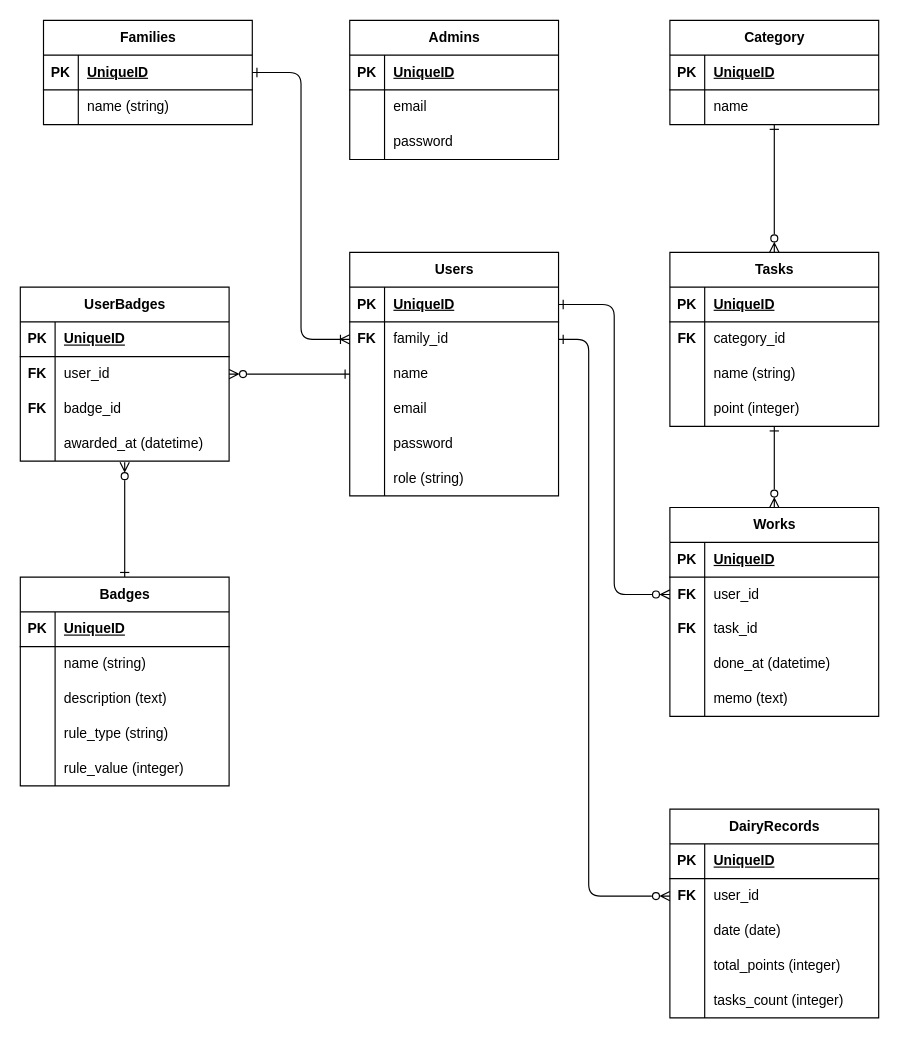
This is KazokuQuest.drawio from keeeeSB/KazokuQuest, a draw.io file, before an edit. Source tidied: cells renumbered, new cells numbered last; positions are measured from the earlier drawing's top-left corner, leaving out a move shared by most shapes. Both pictures are drawn from the tidied source at 116%, with x=0, y=0 at pixel (20, 20).
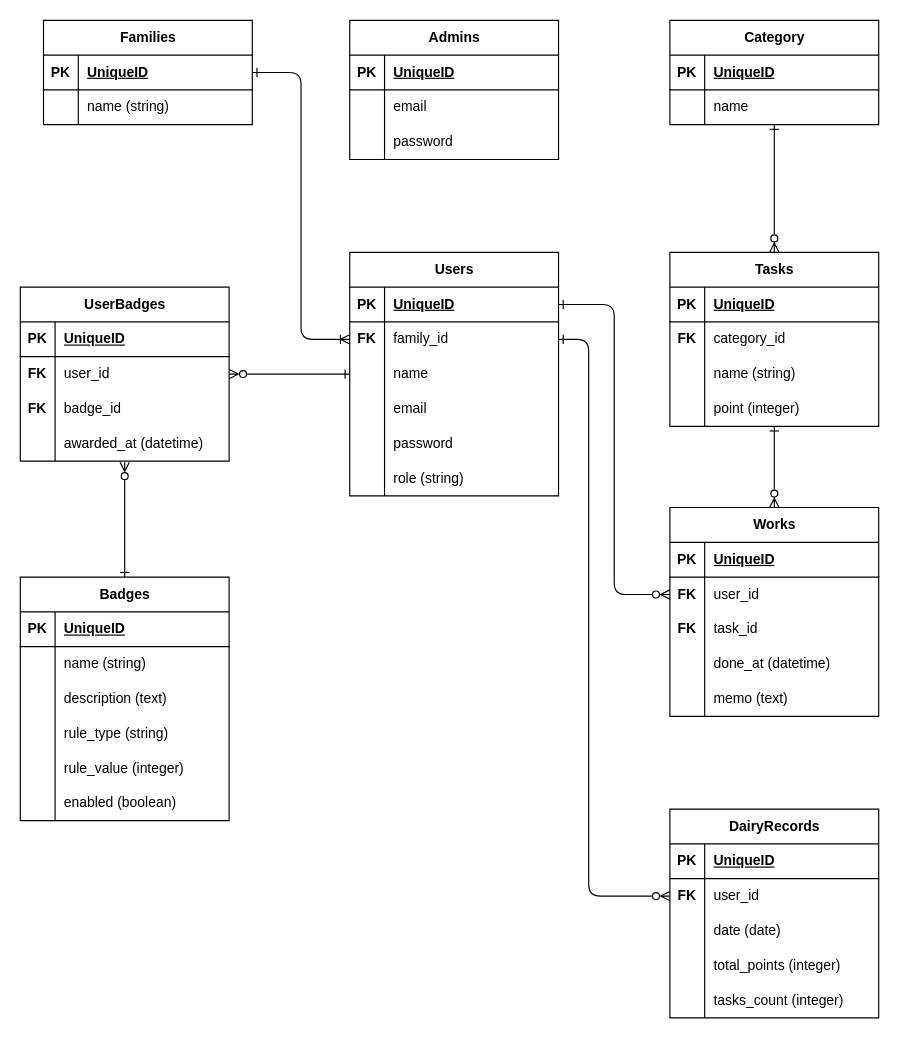
After the change.

What changed in the source:
```diff
@@
     <mxCell id="85" value="Badges" style="shape=table;startSize=30;childLayout=tableLayout;rowLines=0;fontStyle=1;align=center;html=1;" parent="1" vertex="1">
-      <mxGeometry y="480" width="180" height="180" as="geometry" />
+      <mxGeometry y="480" width="180" height="210" as="geometry" />
     </mxCell>
@@
+    <mxCell id="126" style="shape=tableRow;horizontal=0;startSize=0;swimlaneHead=0;swimlaneBody=0;fillColor=none;top=0;left=0;right=0;bottom=0;" parent="85" vertex="1">
+      <mxGeometry y="180" width="180" height="30" as="geometry" />
+    </mxCell>
+    <mxCell id="127" style="shape=partialRectangle;fillColor=none;top=0;left=0;bottom=0;right=0;overflow=hidden;whiteSpace=wrap;html=1;" parent="126" vertex="1">
+      <mxGeometry width="30" height="30" as="geometry" />
+    </mxCell>
+    <mxCell id="128" value="enabled (boolean)" style="shape=partialRectangle;fillColor=none;top=0;left=0;bottom=0;right=0;align=left;spacingLeft=6;overflow=hidden;whiteSpace=wrap;html=1;" parent="126" vertex="1">
+      <mxGeometry x="30" width="150" height="30" as="geometry" />
+    </mxCell>
```
